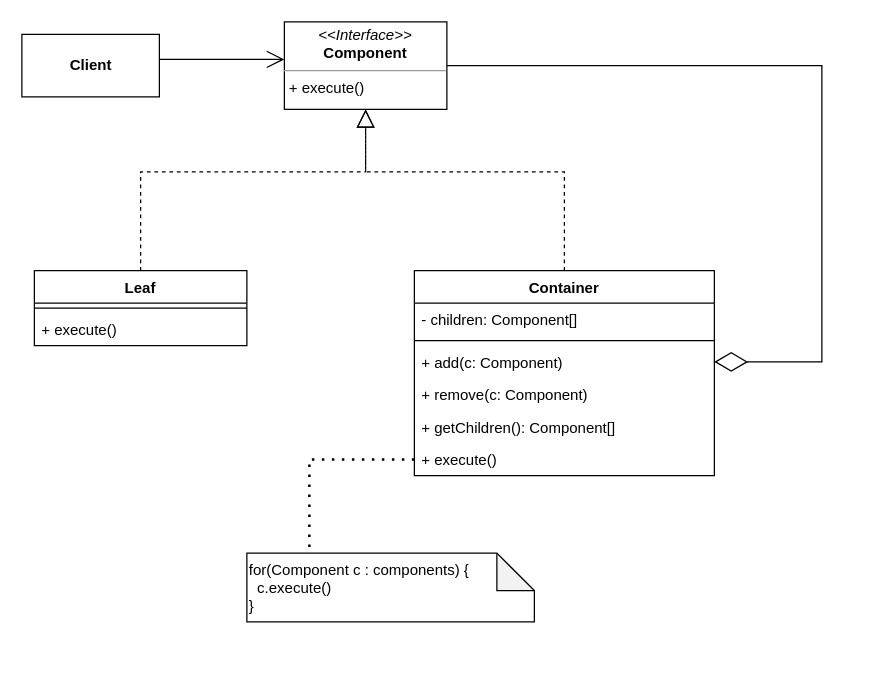
HsoulLink/designpattern_pic keeps this draw.io diagram as 组合模式.drawio. Above is the earlier version. Source tidied: cells renumbered, new cells numbered last; positions are measured from the earlier drawing's top-left corner, leaving out a move shared by most shapes. Both pictures are drawn from the tidied source at 125%, with x=0, y=0 at pixel (21, 21).
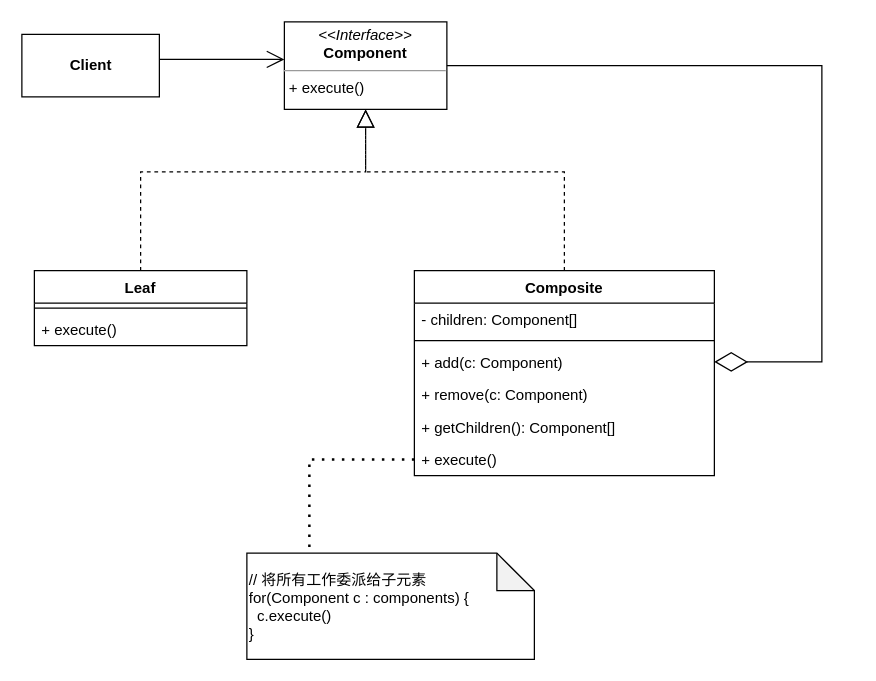
The same diagram, later.

Commit message (it also covers changes not shown here):
更新组合模式.drawio

Diff of the diagram source:
```diff
@@
-    <mxCell id="2" value="Container" style="swimlane;fontStyle=1;align=center;verticalAlign=top;horizontal=1;startSize=26;" parent="1" vertex="1">
+    <mxCell id="2" value="Composite" style="swimlane;fontStyle=1;align=center;verticalAlign=top;horizontal=1;startSize=26;" parent="1" vertex="1">
       <mxGeometry x="314" y="199" width="240" height="164" as="geometry" />
     </mxCell>
@@
-    <mxCell id="17" value="for(Component c : components) {&lt;br&gt;&amp;nbsp; c.execute()&lt;br&gt;}" style="shape=note;whiteSpace=wrap;html=1;backgroundOutline=1;darkOpacity=0.05;align=left;" parent="1" vertex="1">
-      <mxGeometry x="180" y="425" width="230" height="55" as="geometry" />
+    <mxCell id="17" value="// 将所有工作委派给子元素&lt;br&gt;for(Component c : components) {&lt;br&gt;&amp;nbsp; c.execute()&lt;br&gt;}" style="shape=note;whiteSpace=wrap;html=1;backgroundOutline=1;darkOpacity=0.05;align=left;" parent="1" vertex="1">
+      <mxGeometry x="180" y="425" width="230" height="85" as="geometry" />
     </mxCell>
```
